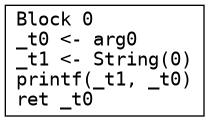
Above: get_long.png in seanchuck/compiler-s25 (Graphviz), before the change. Its source is kept beside it as get_long.dot.
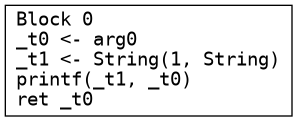
After the change.

The edit, as a diff of the source:
```diff
@@ -1,4 +1,4 @@
 digraph CFG {
   node [shape=box fontname="monospace"];
-  0 [label="Block 0\l_t0 <- arg0\l_t1 <- String(0)\lprintf(_t1, _t0)\lret _t0\l"];
+  0 [label="Block 0\l_t0 <- arg0\l_t1 <- String(1, String)\lprintf(_t1, _t0)\lret _t0\l"];
 }
```
